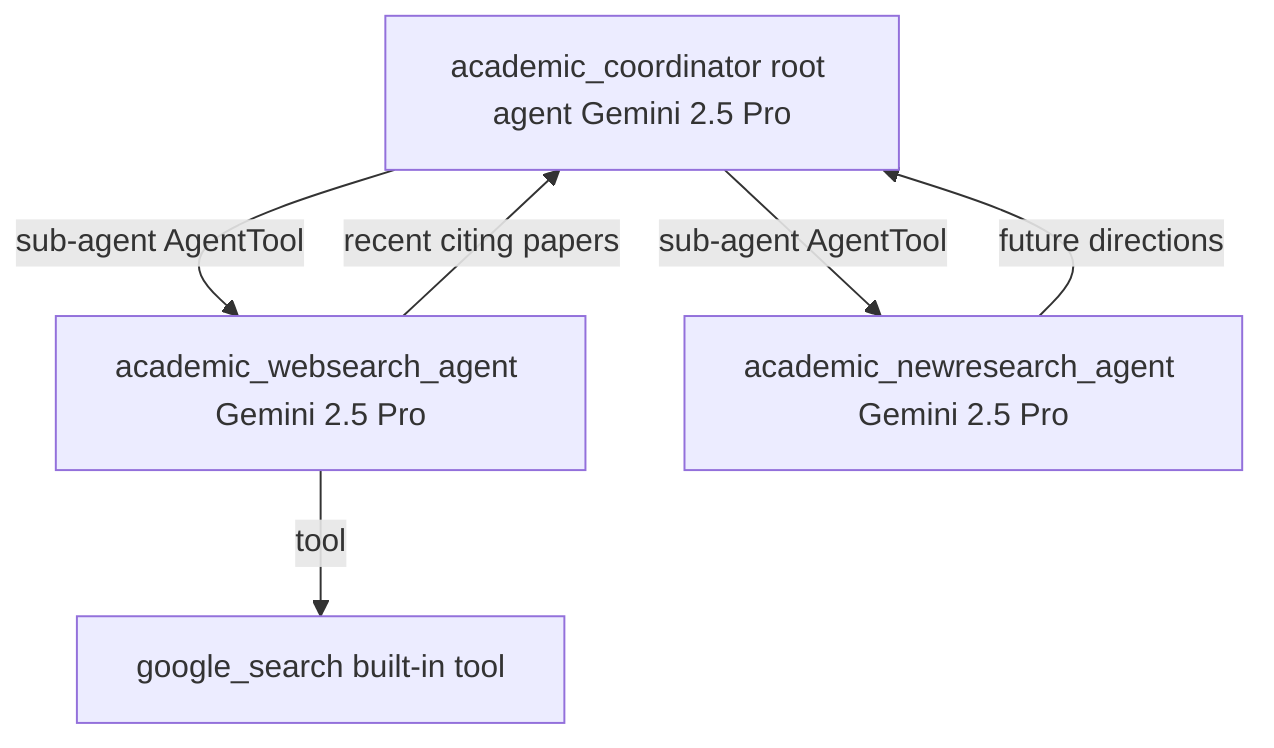
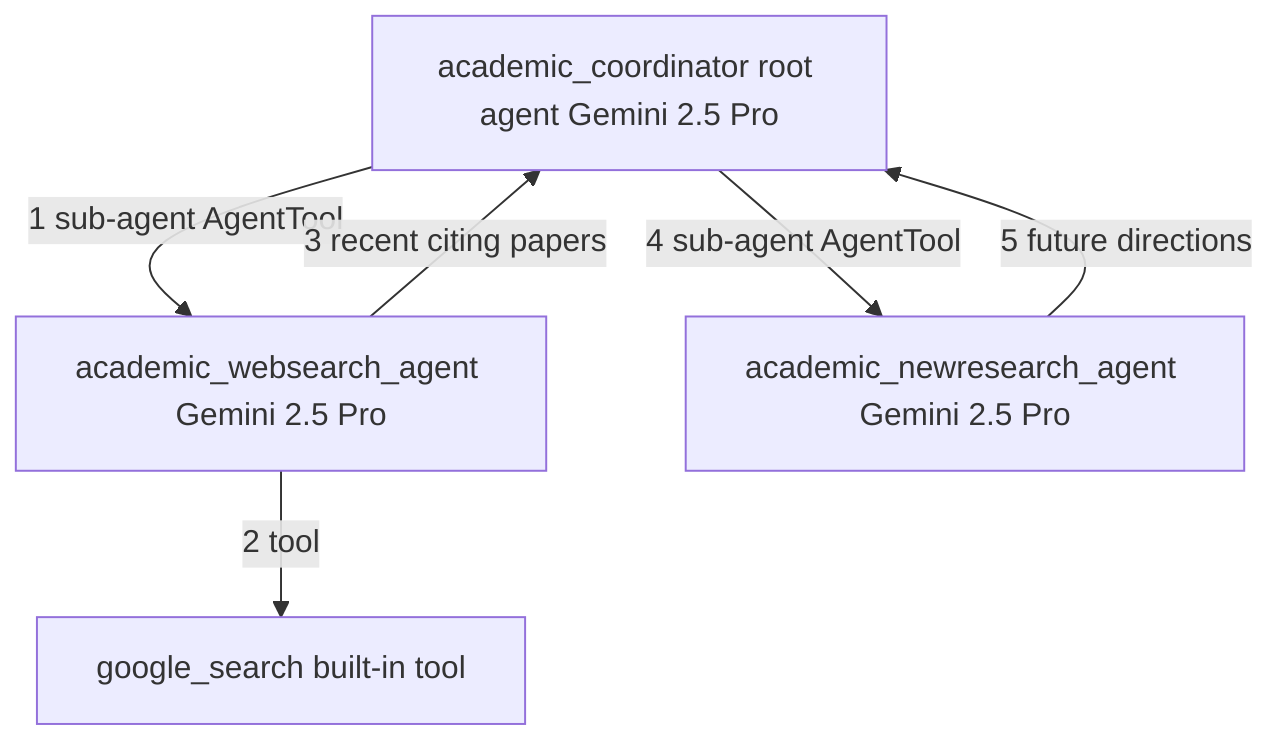
graph TD
    coordinator[academic_coordinator root agent Gemini 2.5 Pro]
    websearch[academic_websearch_agent Gemini 2.5 Pro]
    newresearch[academic_newresearch_agent Gemini 2.5 Pro]
    googlesearch[google_search built-in tool]
-     coordinator -->|sub-agent AgentTool| websearch
-     coordinator -->|sub-agent AgentTool| newresearch
-     websearch -->|tool| googlesearch
-     websearch -->|recent citing papers| coordinator
-     newresearch -->|future directions| coordinator
+     coordinator -->|1 sub-agent AgentTool| websearch
+     websearch -->|2 tool| googlesearch
+     websearch -->|3 recent citing papers| coordinator
+     coordinator -->|4 sub-agent AgentTool| newresearch
+     newresearch -->|5 future directions| coordinator
